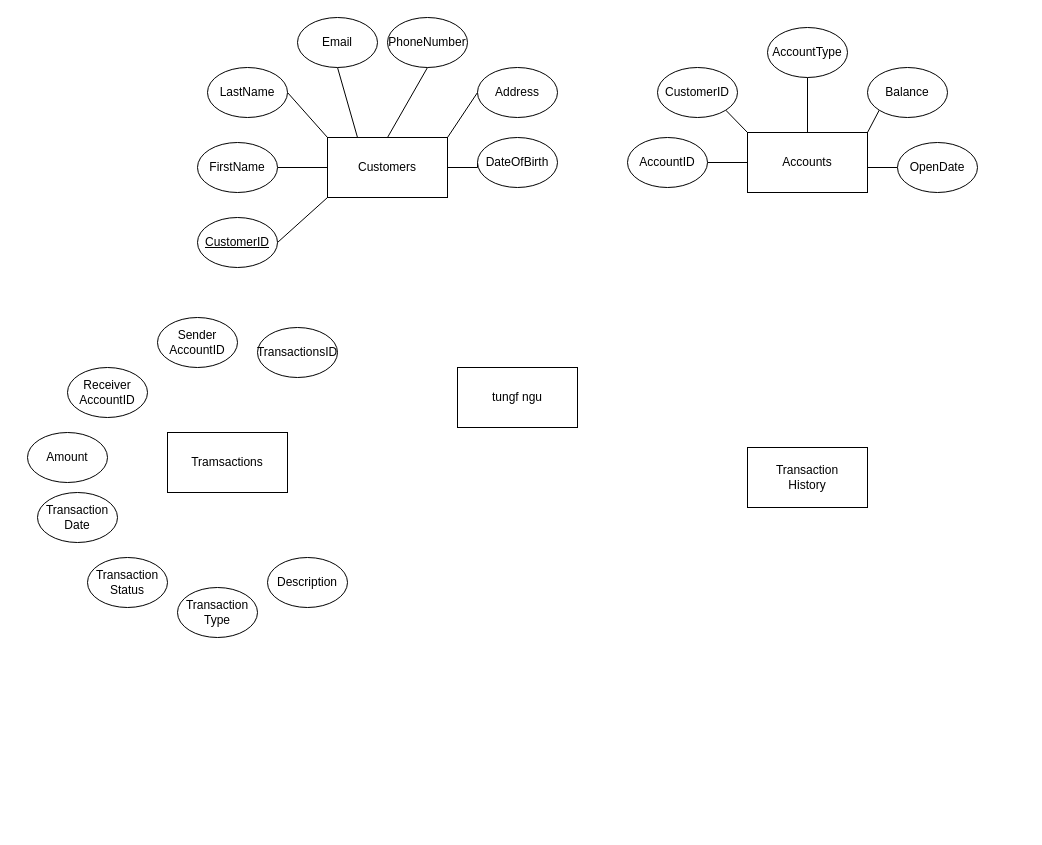
The draw.io diagram OLBK.drawio in ngoquanghuy2001/QLBanking, before the edit. Source tidied: cells renumbered, new cells numbered last; positions are measured from the earlier drawing's top-left corner, leaving out a move shared by most shapes. Both pictures are drawn from the tidied source at 100%, with x=0, y=0 at pixel (27, 17).
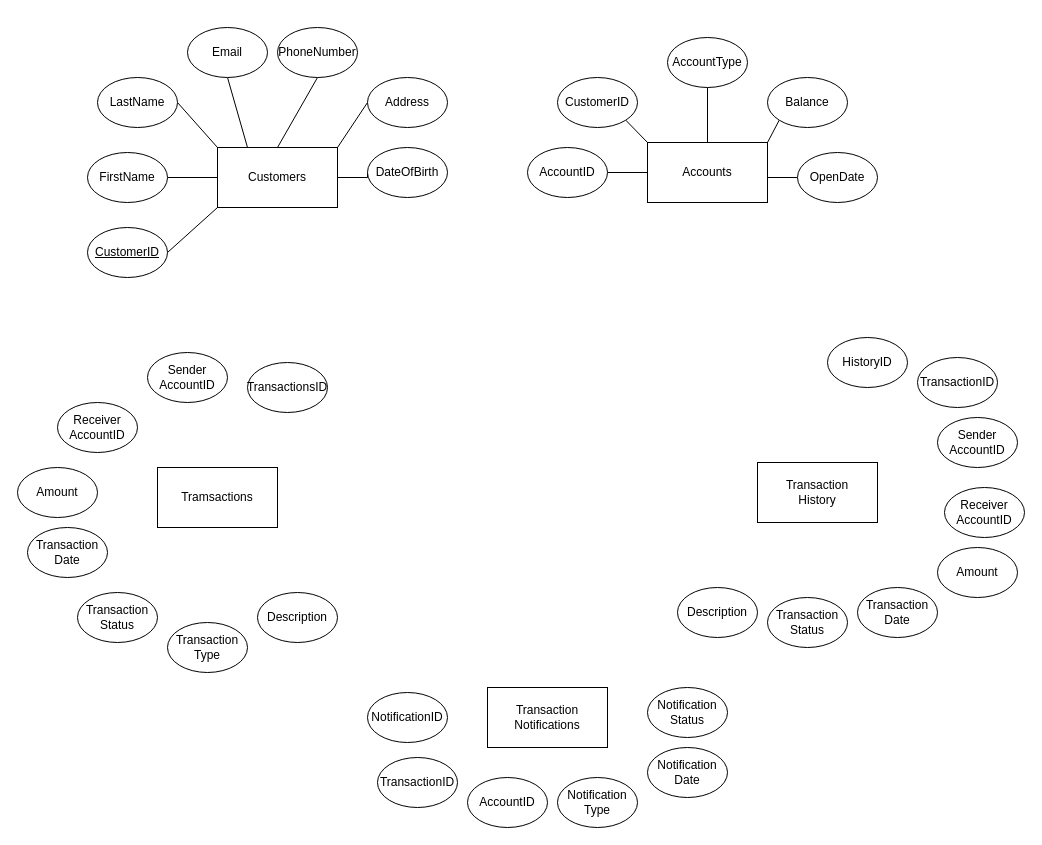
After the change.

What changed in the source:
```diff
@@
+    <mxCell id="39" style="group;" parent="1" vertex="1">
+      <mxGeometry x="340" y="670" width="360" height="140" as="geometry" />
+    </mxCell>
+    <mxCell id="40" value="Transaction&lt;br&gt;Notifications" style="rounded=0;whiteSpace=wrap;html=1;" parent="39" vertex="1">
+      <mxGeometry x="120" width="120" height="60" as="geometry" />
+    </mxCell>
+    <mxCell id="41" value="NotificationID" style="ellipse;whiteSpace=wrap;html=1;" parent="39" vertex="1">
+      <mxGeometry y="5" width="80" height="50" as="geometry" />
+    </mxCell>
+    <mxCell id="42" value="TransactionID" style="ellipse;whiteSpace=wrap;html=1;" parent="39" vertex="1">
+      <mxGeometry x="10" y="70" width="80" height="50" as="geometry" />
+    </mxCell>
+    <mxCell id="43" value="AccountID" style="ellipse;whiteSpace=wrap;html=1;" parent="39" vertex="1">
+      <mxGeometry x="100" y="90" width="80" height="50" as="geometry" />
+    </mxCell>
+    <mxCell id="44" value="Notification&lt;br&gt;Type" style="ellipse;whiteSpace=wrap;html=1;" parent="39" vertex="1">
+      <mxGeometry x="190" y="90" width="80" height="50" as="geometry" />
+    </mxCell>
+    <mxCell id="45" value="Notification&lt;br&gt;Date" style="ellipse;whiteSpace=wrap;html=1;" parent="39" vertex="1">
+      <mxGeometry x="280" y="60" width="80" height="50" as="geometry" />
+    </mxCell>
+    <mxCell id="46" value="Notification&lt;br&gt;Status" style="ellipse;whiteSpace=wrap;html=1;" parent="39" vertex="1">
+      <mxGeometry x="280" width="80" height="50" as="geometry" />
+    </mxCell>
+    <mxCell id="47" style="group;" parent="1" vertex="1">
+      <mxGeometry x="650" y="320" width="347" height="310" as="geometry" />
+    </mxCell>
+    <mxCell id="37" value="Transaction&lt;br&gt;History" style="rounded=0;whiteSpace=wrap;html=1;" parent="47" vertex="1">
+      <mxGeometry x="80" y="125" width="120" height="60" as="geometry" />
+    </mxCell>
+    <mxCell id="48" value="HistoryID" style="ellipse;whiteSpace=wrap;html=1;" parent="47" vertex="1">
+      <mxGeometry x="150" width="80" height="50" as="geometry" />
+    </mxCell>
+    <mxCell id="49" value="TransactionID" style="ellipse;whiteSpace=wrap;html=1;" parent="47" vertex="1">
+      <mxGeometry x="240" y="20" width="80" height="50" as="geometry" />
+    </mxCell>
+    <mxCell id="50" value="Sender&lt;br&gt;AccountID" style="ellipse;whiteSpace=wrap;html=1;" parent="47" vertex="1">
+      <mxGeometry x="260" y="80" width="80" height="50" as="geometry" />
+    </mxCell>
+    <mxCell id="51" value="Receiver&lt;br&gt;AccountID" style="ellipse;whiteSpace=wrap;html=1;" parent="47" vertex="1">
+      <mxGeometry x="267" y="150" width="80" height="50" as="geometry" />
+    </mxCell>
+    <mxCell id="52" value="Amount" style="ellipse;whiteSpace=wrap;html=1;" parent="47" vertex="1">
+      <mxGeometry x="260" y="210" width="80" height="50" as="geometry" />
+    </mxCell>
+    <mxCell id="53" value="Transaction&lt;br&gt;Date" style="ellipse;whiteSpace=wrap;html=1;" parent="47" vertex="1">
+      <mxGeometry x="180" y="250" width="80" height="50" as="geometry" />
+    </mxCell>
+    <mxCell id="54" value="Transaction&lt;br&gt;Status" style="ellipse;whiteSpace=wrap;html=1;" parent="47" vertex="1">
+      <mxGeometry x="90" y="260" width="80" height="50" as="geometry" />
+    </mxCell>
+    <mxCell id="55" value="Description" style="ellipse;whiteSpace=wrap;html=1;" parent="47" vertex="1">
+      <mxGeometry y="250" width="80" height="50" as="geometry" />
+    </mxCell>
+    <mxCell id="56" style="group;" parent="1" vertex="1">
+      <mxGeometry x="-10" y="335" width="320" height="320" as="geometry" />
+    </mxCell>
+    <mxCell id="28" value="Tramsactions" style="rounded=0;whiteSpace=wrap;html=1;" parent="56" vertex="1">
+      <mxGeometry x="140" y="115" width="120" height="60" as="geometry" />
+    </mxCell>
+    <mxCell id="29" value="Transaction&lt;br&gt;Date" style="ellipse;whiteSpace=wrap;html=1;" parent="56" vertex="1">
+      <mxGeometry x="10" y="175" width="80" height="50" as="geometry" />
+    </mxCell>
+    <mxCell id="30" value="Receiver&lt;br&gt;AccountID" style="ellipse;whiteSpace=wrap;html=1;" parent="56" vertex="1">
+      <mxGeometry x="40" y="50" width="80" height="50" as="geometry" />
+    </mxCell>
+    <mxCell id="31" value="Amount" style="ellipse;whiteSpace=wrap;html=1;" parent="56" vertex="1">
+      <mxGeometry y="115" width="80" height="50" as="geometry" />
+    </mxCell>
+    <mxCell id="32" value="Transaction&lt;br&gt;Status" style="ellipse;whiteSpace=wrap;html=1;" parent="56" vertex="1">
+      <mxGeometry x="60" y="240" width="80" height="50" as="geometry" />
+    </mxCell>
+    <mxCell id="33" value="Sender&lt;br&gt;AccountID" style="ellipse;whiteSpace=wrap;html=1;" parent="56" vertex="1">
+      <mxGeometry x="130" width="80" height="50" as="geometry" />
+    </mxCell>
+    <mxCell id="34" value="Transaction&lt;br&gt;Type" style="ellipse;whiteSpace=wrap;html=1;" parent="56" vertex="1">
+      <mxGeometry x="150" y="270" width="80" height="50" as="geometry" />
+    </mxCell>
+    <mxCell id="35" value="Description" style="ellipse;whiteSpace=wrap;html=1;" parent="56" vertex="1">
+      <mxGeometry x="240" y="240" width="80" height="50" as="geometry" />
+    </mxCell>
+    <mxCell id="36" value="TransactionsID" style="ellipse;whiteSpace=wrap;html=1;" parent="56" vertex="1">
+      <mxGeometry x="230" y="10" width="80" height="50" as="geometry" />
+    </mxCell>
+    <mxCell id="57" style="group;" parent="1" vertex="1">
+      <mxGeometry x="60" y="10" width="360" height="250" as="geometry" />
+    </mxCell>
-    <mxCell id="2" style="rounded=0;jettySize=auto;html=1;exitX=0;exitY=1;exitDx=0;exitDy=0;entryX=1;entryY=0.5;entryDx=0;entryDy=0;endArrow=none;endFill=0;" parent="1" edge="1" source="9" target="10">
+    <mxCell id="2" style="rounded=0;jettySize=auto;html=1;exitX=0;exitY=1;exitDx=0;exitDy=0;entryX=1;entryY=0.5;entryDx=0;entryDy=0;endArrow=none;endFill=0;" parent="57" edge="1" source="9" target="10">
       <mxGeometry relative="1" as="geometry" />
     </mxCell>
-    <mxCell id="3" style="edgeStyle=orthogonalEdgeStyle;rounded=0;jettySize=auto;html=1;exitX=0;exitY=0.5;exitDx=0;exitDy=0;entryX=1;entryY=0.5;entryDx=0;entryDy=0;endArrow=none;endFill=0;" parent="1" edge="1" source="9" target="11">
+    <mxCell id="3" style="edgeStyle=orthogonalEdgeStyle;rounded=0;jettySize=auto;html=1;exitX=0;exitY=0.5;exitDx=0;exitDy=0;entryX=1;entryY=0.5;entryDx=0;entryDy=0;endArrow=none;endFill=0;" parent="57" edge="1" source="9" target="11">
       <mxGeometry relative="1" as="geometry" />
     </mxCell>
-    <mxCell id="4" style="rounded=0;jettySize=auto;html=1;exitX=0;exitY=0;exitDx=0;exitDy=0;entryX=1;entryY=0.5;entryDx=0;entryDy=0;endArrow=none;endFill=0;" parent="1" edge="1" source="9" target="12">
+    <mxCell id="4" style="rounded=0;jettySize=auto;html=1;exitX=0;exitY=0;exitDx=0;exitDy=0;entryX=1;entryY=0.5;entryDx=0;entryDy=0;endArrow=none;endFill=0;" parent="57" edge="1" source="9" target="12">
       <mxGeometry relative="1" as="geometry" />
     </mxCell>
-    <mxCell id="5" style="rounded=0;jettySize=auto;html=1;exitX=0.25;exitY=0;exitDx=0;exitDy=0;entryX=0.5;entryY=1;entryDx=0;entryDy=0;endArrow=none;endFill=0;" parent="1" edge="1" source="9" target="13">
+    <mxCell id="5" style="rounded=0;jettySize=auto;html=1;exitX=0.25;exitY=0;exitDx=0;exitDy=0;entryX=0.5;entryY=1;entryDx=0;entryDy=0;endArrow=none;endFill=0;" parent="57" edge="1" source="9" target="13">
       <mxGeometry relative="1" as="geometry" />
     </mxCell>
-    <mxCell id="6" style="rounded=0;jettySize=auto;html=1;exitX=0.5;exitY=0;exitDx=0;exitDy=0;entryX=0.5;entryY=1;entryDx=0;entryDy=0;endArrow=none;endFill=0;" parent="1" edge="1" source="9" target="14">
+    <mxCell id="6" style="rounded=0;jettySize=auto;html=1;exitX=0.5;exitY=0;exitDx=0;exitDy=0;entryX=0.5;entryY=1;entryDx=0;entryDy=0;endArrow=none;endFill=0;" parent="57" edge="1" source="9" target="14">
       <mxGeometry relative="1" as="geometry" />
     </mxCell>
-    <mxCell id="7" style="rounded=0;jettySize=auto;html=1;exitX=1;exitY=0;exitDx=0;exitDy=0;entryX=0;entryY=0.5;entryDx=0;entryDy=0;endArrow=none;endFill=0;" parent="1" edge="1" source="9" target="15">
+    <mxCell id="7" style="rounded=0;jettySize=auto;html=1;exitX=1;exitY=0;exitDx=0;exitDy=0;entryX=0;entryY=0.5;entryDx=0;entryDy=0;endArrow=none;endFill=0;" parent="57" edge="1" source="9" target="15">
       <mxGeometry relative="1" as="geometry" />
     </mxCell>
-    <mxCell id="8" style="edgeStyle=orthogonalEdgeStyle;rounded=0;jettySize=auto;html=1;exitX=1;exitY=0.5;exitDx=0;exitDy=0;entryX=0;entryY=0.5;entryDx=0;entryDy=0;endArrow=none;endFill=0;" parent="1" edge="1" source="9" target="16">
+    <mxCell id="8" style="edgeStyle=orthogonalEdgeStyle;rounded=0;jettySize=auto;html=1;exitX=1;exitY=0.5;exitDx=0;exitDy=0;entryX=0;entryY=0.5;entryDx=0;entryDy=0;endArrow=none;endFill=0;" parent="57" edge="1" source="9" target="16">
       <mxGeometry relative="1" as="geometry" />
     </mxCell>
-    <mxCell id="9" value="Customers" style="rounded=0;whiteSpace=wrap;html=1;" parent="1" vertex="1">
-      <mxGeometry x="300" y="120" width="120" height="60" as="geometry" />
+    <mxCell id="9" value="Customers" style="rounded=0;whiteSpace=wrap;html=1;" parent="57" vertex="1">
+      <mxGeometry x="130" y="120" width="120" height="60" as="geometry" />
     </mxCell>
-    <mxCell id="10" value="CustomerID" style="ellipse;whiteSpace=wrap;html=1;fontStyle=4;" parent="1" vertex="1">
-      <mxGeometry x="170" y="200" width="80" height="50" as="geometry" />
+    <mxCell id="10" value="CustomerID" style="ellipse;whiteSpace=wrap;html=1;fontStyle=4;" parent="57" vertex="1">
+      <mxGeometry y="200" width="80" height="50" as="geometry" />
     </mxCell>
-    <mxCell id="11" value="FirstName" style="ellipse;whiteSpace=wrap;html=1;" parent="1" vertex="1">
-      <mxGeometry x="170" y="125" width="80" height="50" as="geometry" />
+    <mxCell id="11" value="FirstName" style="ellipse;whiteSpace=wrap;html=1;" parent="57" vertex="1">
+      <mxGeometry y="125" width="80" height="50" as="geometry" />
     </mxCell>
-    <mxCell id="12" value="LastName" style="ellipse;whiteSpace=wrap;html=1;" parent="1" vertex="1">
-      <mxGeometry x="180" y="50" width="80" height="50" as="geometry" />
+    <mxCell id="12" value="LastName" style="ellipse;whiteSpace=wrap;html=1;" parent="57" vertex="1">
+      <mxGeometry x="10" y="50" width="80" height="50" as="geometry" />
     </mxCell>
-    <mxCell id="13" value="Email" style="ellipse;whiteSpace=wrap;html=1;" parent="1" vertex="1">
-      <mxGeometry x="270" width="80" height="50" as="geometry" />
+    <mxCell id="13" value="Email" style="ellipse;whiteSpace=wrap;html=1;" parent="57" vertex="1">
+      <mxGeometry x="100" width="80" height="50" as="geometry" />
     </mxCell>
-    <mxCell id="14" value="PhoneNumber" style="ellipse;whiteSpace=wrap;html=1;" parent="1" vertex="1">
-      <mxGeometry x="360" width="80" height="50" as="geometry" />
+    <mxCell id="14" value="PhoneNumber" style="ellipse;whiteSpace=wrap;html=1;" parent="57" vertex="1">
+      <mxGeometry x="190" width="80" height="50" as="geometry" />
     </mxCell>
-    <mxCell id="15" value="Address" style="ellipse;whiteSpace=wrap;html=1;" parent="1" vertex="1">
-      <mxGeometry x="450" y="50" width="80" height="50" as="geometry" />
+    <mxCell id="15" value="Address" style="ellipse;whiteSpace=wrap;html=1;" parent="57" vertex="1">
+      <mxGeometry x="280" y="50" width="80" height="50" as="geometry" />
     </mxCell>
-    <mxCell id="16" value="DateOfBirth" style="ellipse;whiteSpace=wrap;html=1;" parent="1" vertex="1">
-      <mxGeometry x="450" y="120" width="80" height="50" as="geometry" />
+    <mxCell id="16" value="DateOfBirth" style="ellipse;whiteSpace=wrap;html=1;" parent="57" vertex="1">
+      <mxGeometry x="280" y="120" width="80" height="50" as="geometry" />
     </mxCell>
+    <mxCell id="58" style="group;" parent="1" vertex="1">
+      <mxGeometry x="500" y="20" width="350" height="165" as="geometry" />
+    </mxCell>
-    <mxCell id="17" value="Accounts" style="rounded=0;whiteSpace=wrap;html=1;" parent="1" vertex="1">
-      <mxGeometry x="720" y="115" width="120" height="60" as="geometry" />
+    <mxCell id="17" value="Accounts" style="rounded=0;whiteSpace=wrap;html=1;" parent="58" vertex="1">
+      <mxGeometry x="120" y="105" width="120" height="60" as="geometry" />
     </mxCell>
-    <mxCell id="18" style="edgeStyle=orthogonalEdgeStyle;rounded=0;jettySize=auto;html=1;exitX=1;exitY=0.5;exitDx=0;exitDy=0;entryX=0;entryY=0.5;entryDx=0;entryDy=0;endArrow=none;endFill=0;" parent="1" edge="1" source="19" target="17">
+    <mxCell id="18" style="edgeStyle=orthogonalEdgeStyle;rounded=0;jettySize=auto;html=1;exitX=1;exitY=0.5;exitDx=0;exitDy=0;entryX=0;entryY=0.5;entryDx=0;entryDy=0;endArrow=none;endFill=0;" parent="58" edge="1" source="19" target="17">
       <mxGeometry relative="1" as="geometry" />
     </mxCell>
-    <mxCell id="19" value="AccountID" style="ellipse;whiteSpace=wrap;html=1;" parent="1" vertex="1">
-      <mxGeometry x="600" y="120" width="80" height="50" as="geometry" />
+    <mxCell id="19" value="AccountID" style="ellipse;whiteSpace=wrap;html=1;" parent="58" vertex="1">
+      <mxGeometry y="110" width="80" height="50" as="geometry" />
     </mxCell>
-    <mxCell id="20" style="rounded=0;jettySize=auto;html=1;exitX=1;exitY=1;exitDx=0;exitDy=0;entryX=0;entryY=0;entryDx=0;entryDy=0;endArrow=none;endFill=0;" parent="1" edge="1" source="21" target="17">
+    <mxCell id="20" style="rounded=0;jettySize=auto;html=1;exitX=1;exitY=1;exitDx=0;exitDy=0;entryX=0;entryY=0;entryDx=0;entryDy=0;endArrow=none;endFill=0;" parent="58" edge="1" source="21" target="17">
       <mxGeometry relative="1" as="geometry" />
     </mxCell>
-    <mxCell id="21" value="CustomerID" style="ellipse;whiteSpace=wrap;html=1;" parent="1" vertex="1">
-      <mxGeometry x="630" y="50" width="80" height="50" as="geometry" />
+    <mxCell id="21" value="CustomerID" style="ellipse;whiteSpace=wrap;html=1;" parent="58" vertex="1">
+      <mxGeometry x="30" y="40" width="80" height="50" as="geometry" />
     </mxCell>
-    <mxCell id="22" style="edgeStyle=orthogonalEdgeStyle;rounded=0;jettySize=auto;html=1;exitX=0.5;exitY=1;exitDx=0;exitDy=0;entryX=0.5;entryY=0;entryDx=0;entryDy=0;endArrow=none;endFill=0;" parent="1" edge="1" source="23" target="17">
+    <mxCell id="22" style="edgeStyle=orthogonalEdgeStyle;rounded=0;jettySize=auto;html=1;exitX=0.5;exitY=1;exitDx=0;exitDy=0;entryX=0.5;entryY=0;entryDx=0;entryDy=0;endArrow=none;endFill=0;" parent="58" edge="1" source="23" target="17">
       <mxGeometry relative="1" as="geometry" />
     </mxCell>
-    <mxCell id="23" value="AccountType" style="ellipse;whiteSpace=wrap;html=1;" parent="1" vertex="1">
-      <mxGeometry x="740" y="10" width="80" height="50" as="geometry" />
+    <mxCell id="23" value="AccountType" style="ellipse;whiteSpace=wrap;html=1;" parent="58" vertex="1">
+      <mxGeometry x="140" width="80" height="50" as="geometry" />
     </mxCell>
-    <mxCell id="24" style="rounded=0;jettySize=auto;html=1;exitX=0;exitY=1;exitDx=0;exitDy=0;entryX=1;entryY=0;entryDx=0;entryDy=0;endArrow=none;endFill=0;" parent="1" edge="1" source="25" target="17">
+    <mxCell id="24" style="rounded=0;jettySize=auto;html=1;exitX=0;exitY=1;exitDx=0;exitDy=0;entryX=1;entryY=0;entryDx=0;entryDy=0;endArrow=none;endFill=0;" parent="58" edge="1" source="25" target="17">
       <mxGeometry relative="1" as="geometry" />
     </mxCell>
-    <mxCell id="25" value="Balance" style="ellipse;whiteSpace=wrap;html=1;" parent="1" vertex="1">
-      <mxGeometry x="840" y="50" width="80" height="50" as="geometry" />
+    <mxCell id="25" value="Balance" style="ellipse;whiteSpace=wrap;html=1;" parent="58" vertex="1">
+      <mxGeometry x="240" y="40" width="80" height="50" as="geometry" />
     </mxCell>
-    <mxCell id="26" style="edgeStyle=orthogonalEdgeStyle;rounded=0;jettySize=auto;html=1;exitX=0;exitY=0.5;exitDx=0;exitDy=0;entryX=1;entryY=0.5;entryDx=0;entryDy=0;endArrow=none;endFill=0;" parent="1" edge="1" source="27" target="17">
+    <mxCell id="26" style="edgeStyle=orthogonalEdgeStyle;rounded=0;jettySize=auto;html=1;exitX=0;exitY=0.5;exitDx=0;exitDy=0;entryX=1;entryY=0.5;entryDx=0;entryDy=0;endArrow=none;endFill=0;" parent="58" edge="1" source="27" target="17">
       <mxGeometry relative="1" as="geometry" />
     </mxCell>
-    <mxCell id="27" value="OpenDate" style="ellipse;whiteSpace=wrap;html=1;" parent="1" vertex="1">
-      <mxGeometry x="870" y="125" width="80" height="50" as="geometry" />
+    <mxCell id="27" value="OpenDate" style="ellipse;whiteSpace=wrap;html=1;" parent="58" vertex="1">
+      <mxGeometry x="270" y="115" width="80" height="50" as="geometry" />
     </mxCell>
-    <mxCell id="28" value="Tramsactions" style="rounded=0;whiteSpace=wrap;html=1;" parent="1" vertex="1">
-      <mxGeometry x="140" y="415" width="120" height="60" as="geometry" />
-    </mxCell>
-    <mxCell id="29" value="Transaction&lt;br&gt;Date" style="ellipse;whiteSpace=wrap;html=1;" parent="1" vertex="1">
-      <mxGeometry x="10" y="475" width="80" height="50" as="geometry" />
-    </mxCell>
-    <mxCell id="30" value="Receiver&lt;br&gt;AccountID" style="ellipse;whiteSpace=wrap;html=1;" parent="1" vertex="1">
-      <mxGeometry x="40" y="350" width="80" height="50" as="geometry" />
-    </mxCell>
-    <mxCell id="31" value="Amount" style="ellipse;whiteSpace=wrap;html=1;" parent="1" vertex="1">
-      <mxGeometry y="415" width="80" height="50" as="geometry" />
-    </mxCell>
-    <mxCell id="32" value="Transaction&lt;br&gt;Status" style="ellipse;whiteSpace=wrap;html=1;" parent="1" vertex="1">
-      <mxGeometry x="60" y="540" width="80" height="50" as="geometry" />
-    </mxCell>
-    <mxCell id="33" value="Sender&lt;br&gt;AccountID" style="ellipse;whiteSpace=wrap;html=1;" parent="1" vertex="1">
-      <mxGeometry x="130" y="300" width="80" height="50" as="geometry" />
-    </mxCell>
-    <mxCell id="34" value="Transaction&lt;br&gt;Type" style="ellipse;whiteSpace=wrap;html=1;" parent="1" vertex="1">
-      <mxGeometry x="150" y="570" width="80" height="50" as="geometry" />
-    </mxCell>
-    <mxCell id="35" value="Description" style="ellipse;whiteSpace=wrap;html=1;" parent="1" vertex="1">
-      <mxGeometry x="240" y="540" width="80" height="50" as="geometry" />
-    </mxCell>
-    <mxCell id="36" value="TransactionsID" style="ellipse;whiteSpace=wrap;html=1;" parent="1" vertex="1">
-      <mxGeometry x="230" y="310" width="80" height="50" as="geometry" />
-    </mxCell>
-    <mxCell id="37" value="Transaction&lt;br&gt;History" style="rounded=0;whiteSpace=wrap;html=1;" parent="1" vertex="1">
-      <mxGeometry x="720" y="430" width="120" height="60" as="geometry" />
-    </mxCell>
-    <mxCell id="38" value="tungf ngu" style="rounded=0;whiteSpace=wrap;html=1;" parent="1" vertex="1">
-      <mxGeometry x="430" y="350" width="120" height="60" as="geometry" />
-    </mxCell>
```
